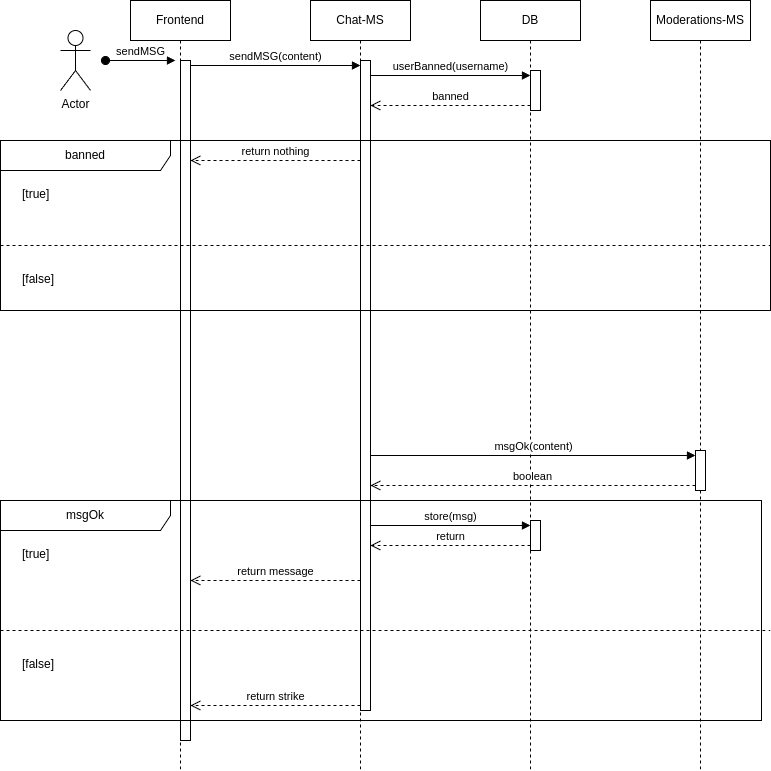
FabianSig/DHBW-T3INF4349-Verteilte-Systeme keeps this draw.io diagram as ausarbeitung/images/sequence_msg.png. Above is the earlier version. Source tidied: cells renumbered, new cells last; positions are measured from the earlier drawing's top-left corner, leaving out a move shared by most shapes.
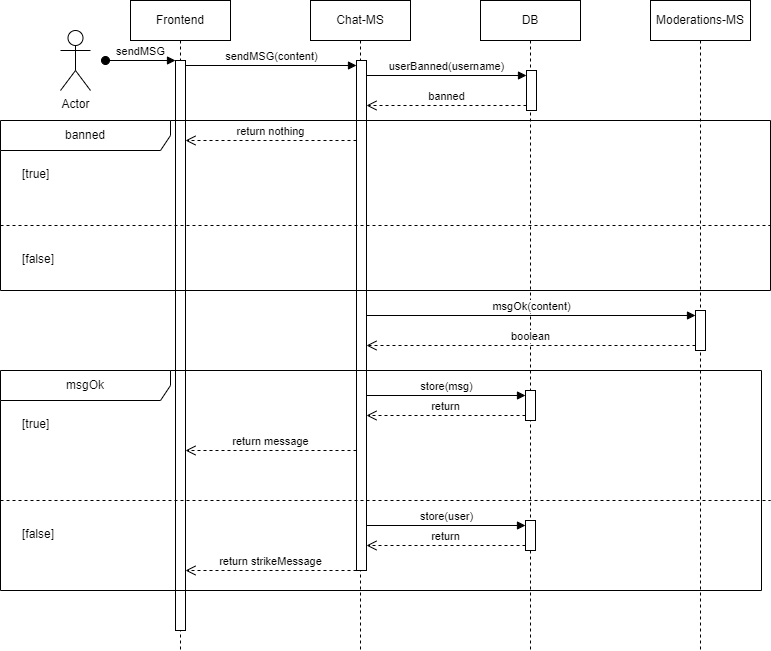
Later version of the same file.

Commit message:
fix: msg seq dia

Diff of the diagram source:
```diff
@@ -3,7 +3,7 @@
     <mxCell id="0" />
     <mxCell id="1" parent="0" />
     <mxCell id="2" value="Frontend" style="shape=umlLifeline;perimeter=lifelinePerimeter;whiteSpace=wrap;html=1;newEdgeStyle={&quot;curved&quot;:0,&quot;rounded&quot;:0};" parent="1" vertex="1">
-      <mxGeometry x="130" width="100" height="770" as="geometry" />
+      <mxGeometry x="130" width="100" height="650" as="geometry" />
     </mxCell>
     <mxCell id="3" value="sendMSG" style="html=1;verticalAlign=bottom;startArrow=oval;endArrow=block;startSize=8;curved=0;rounded=0;entryX=0;entryY=0;entryDx=0;entryDy=5;" parent="2" edge="1">
       <mxGeometry relative="1" as="geometry">
@@ -12,25 +12,25 @@
       </mxGeometry>
     </mxCell>
     <mxCell id="4" style="html=1;points=[[0,0,0,0,5],[0,1,0,0,-5],[1,0,0,0,5],[1,1,0,0,-5]];perimeter=orthogonalPerimeter;outlineConnect=0;targetShapes=umlLifeline;portConstraint=eastwest;newEdgeStyle={&quot;curved&quot;:0,&quot;rounded&quot;:0};" parent="2" vertex="1">
-      <mxGeometry x="50" y="60" width="10" height="680" as="geometry" />
+      <mxGeometry x="45" y="60" width="10" height="570" as="geometry" />
     </mxCell>
     <mxCell id="5" value="Chat-MS" style="shape=umlLifeline;perimeter=lifelinePerimeter;whiteSpace=wrap;html=1;newEdgeStyle={&quot;curved&quot;:0,&quot;rounded&quot;:0};" parent="1" vertex="1">
-      <mxGeometry x="310" width="100" height="770" as="geometry" />
+      <mxGeometry x="310" width="100" height="650" as="geometry" />
     </mxCell>
     <mxCell id="6" style="html=1;points=[[0,0,0,0,5],[0,1,0,0,-5],[1,0,0,0,5],[1,1,0,0,-5]];perimeter=orthogonalPerimeter;outlineConnect=0;targetShapes=umlLifeline;portConstraint=eastwest;newEdgeStyle={&quot;curved&quot;:0,&quot;rounded&quot;:0};" parent="5" vertex="1">
-      <mxGeometry x="50" y="60" width="10" height="650" as="geometry" />
+      <mxGeometry x="46" y="60" width="10" height="510" as="geometry" />
     </mxCell>
     <mxCell id="7" value="DB" style="shape=umlLifeline;perimeter=lifelinePerimeter;whiteSpace=wrap;html=1;newEdgeStyle={&quot;curved&quot;:0,&quot;rounded&quot;:0};" parent="1" vertex="1">
-      <mxGeometry x="480" width="100" height="770" as="geometry" />
+      <mxGeometry x="480" width="100" height="650" as="geometry" />
     </mxCell>
     <mxCell id="8" style="html=1;points=[[0,0,0,0,5],[0,1,0,0,-5],[1,0,0,0,5],[1,1,0,0,-5]];perimeter=orthogonalPerimeter;outlineConnect=0;targetShapes=umlLifeline;portConstraint=eastwest;newEdgeStyle={&quot;curved&quot;:0,&quot;rounded&quot;:0};" parent="7" vertex="1">
-      <mxGeometry x="50" y="70" width="10" height="40" as="geometry" />
+      <mxGeometry x="46" y="70" width="10" height="40" as="geometry" />
     </mxCell>
     <mxCell id="9" value="Moderations-MS" style="shape=umlLifeline;perimeter=lifelinePerimeter;whiteSpace=wrap;html=1;newEdgeStyle={&quot;curved&quot;:0,&quot;rounded&quot;:0};" parent="1" vertex="1">
-      <mxGeometry x="650" width="100" height="770" as="geometry" />
+      <mxGeometry x="650" width="100" height="650" as="geometry" />
     </mxCell>
     <mxCell id="10" style="html=1;points=[[0,0,0,0,5],[0,1,0,0,-5],[1,0,0,0,5],[1,1,0,0,-5]];perimeter=orthogonalPerimeter;outlineConnect=0;targetShapes=umlLifeline;portConstraint=eastwest;newEdgeStyle={&quot;curved&quot;:0,&quot;rounded&quot;:0};" parent="9" vertex="1">
-      <mxGeometry x="45" y="450" width="10" height="40" as="geometry" />
+      <mxGeometry x="45" y="310" width="10" height="40" as="geometry" />
     </mxCell>
     <mxCell id="11" value="Actor" style="shape=umlActor;verticalLabelPosition=bottom;verticalAlign=top;html=1;" parent="1" vertex="1">
       <mxGeometry x="60" y="30" width="30" height="60" as="geometry" />
@@ -38,21 +38,20 @@
     <mxCell id="12" value="sendMSG(content)" style="html=1;verticalAlign=bottom;endArrow=block;curved=0;rounded=0;entryX=0;entryY=0;entryDx=0;entryDy=5;exitX=1;exitY=0;exitDx=0;exitDy=5;exitPerimeter=0;" parent="1" edge="1" source="4" target="6">
       <mxGeometry relative="1" as="geometry" />
     </mxCell>
-    <mxCell id="13" value="return strike" style="html=1;verticalAlign=bottom;endArrow=open;dashed=1;endSize=8;curved=0;rounded=0;exitX=0;exitY=1;exitDx=0;exitDy=-5;" parent="1" edge="1" source="6" target="4">
-      <mxGeometry relative="1" as="geometry" />
+    <mxCell id="13" value="return strikeMessage" style="html=1;verticalAlign=bottom;endArrow=open;dashed=1;endSize=8;curved=0;rounded=0;" parent="1" edge="1">
+      <mxGeometry relative="1" as="geometry">
+        <mxPoint x="356" y="570" as="sourcePoint" />
+        <mxPoint x="185" y="570" as="targetPoint" />
+      </mxGeometry>
     </mxCell>
-    <mxCell id="14" value="msgOk(content)" style="html=1;verticalAlign=bottom;endArrow=block;curved=0;rounded=0;entryX=0;entryY=0;entryDx=0;entryDy=5;" parent="1" edge="1" target="10">
-      <mxGeometry relative="1" as="geometry">
-        <mxPoint x="370" y="455" as="sourcePoint" />
-      </mxGeometry>
+    <mxCell id="14" value="msgOk(content)" style="html=1;verticalAlign=bottom;endArrow=block;curved=0;rounded=0;entryX=0;entryY=0;entryDx=0;entryDy=5;" parent="1" edge="1" source="6" target="10">
+      <mxGeometry relative="1" as="geometry" />
     </mxCell>
-    <mxCell id="15" value="boolean" style="html=1;verticalAlign=bottom;endArrow=open;dashed=1;endSize=8;curved=0;rounded=0;exitX=0;exitY=1;exitDx=0;exitDy=-5;" parent="1" edge="1" source="10">
-      <mxGeometry relative="1" as="geometry">
-        <mxPoint x="370" y="485" as="targetPoint" />
-      </mxGeometry>
+    <mxCell id="15" value="boolean" style="html=1;verticalAlign=bottom;endArrow=open;dashed=1;endSize=8;curved=0;rounded=0;exitX=0;exitY=1;exitDx=0;exitDy=-5;" parent="1" edge="1" source="10" target="6">
+      <mxGeometry relative="1" as="geometry" />
     </mxCell>
     <mxCell id="16" value="msgOk" style="shape=umlFrame;whiteSpace=wrap;html=1;width=170;" parent="1" vertex="1">
-      <mxGeometry y="500" width="761" height="220" as="geometry" />
+      <mxGeometry y="370" width="761" height="220" as="geometry" />
     </mxCell>
     <mxCell id="17" value="[true]" style="text;html=1;" parent="16" vertex="1">
       <mxGeometry width="100" height="20" relative="1" as="geometry">
@@ -62,24 +61,37 @@
     <mxCell id="18" value="[false]" style="line;strokeWidth=1;dashed=1;labelPosition=center;verticalLabelPosition=bottom;align=left;verticalAlign=top;spacingLeft=20;spacingTop=15;html=1;whiteSpace=wrap;" parent="16" vertex="1">
       <mxGeometry y="125" width="770" height="10" as="geometry" />
     </mxCell>
+    <mxCell id="21" value="return message" style="html=1;verticalAlign=bottom;endArrow=open;dashed=1;endSize=8;curved=0;rounded=0;" parent="16" edge="1" target="4">
+      <mxGeometry relative="1" as="geometry">
+        <mxPoint x="356" y="80" as="sourcePoint" />
+      </mxGeometry>
+    </mxCell>
     <mxCell id="19" style="html=1;points=[[0,0,0,0,5],[0,1,0,0,-5],[1,0,0,0,5],[1,1,0,0,-5]];perimeter=orthogonalPerimeter;outlineConnect=0;targetShapes=umlLifeline;portConstraint=eastwest;newEdgeStyle={&quot;curved&quot;:0,&quot;rounded&quot;:0};" parent="16" vertex="1">
-      <mxGeometry x="530" y="20" width="10" height="30" as="geometry" />
+      <mxGeometry x="525" y="20" width="10" height="30" as="geometry" />
     </mxCell>
     <mxCell id="20" value="store(msg)" style="html=1;verticalAlign=bottom;endArrow=block;curved=0;rounded=0;entryX=0;entryY=0;entryDx=0;entryDy=5;" parent="16" edge="1" target="19">
       <mxGeometry relative="1" as="geometry">
-        <mxPoint x="370" y="25" as="sourcePoint" />
+        <mxPoint x="366" y="25" as="sourcePoint" />
       </mxGeometry>
     </mxCell>
-    <mxCell id="21" value="return message" style="html=1;verticalAlign=bottom;endArrow=open;dashed=1;endSize=8;curved=0;rounded=0;" parent="16" edge="1" target="4">
-      <mxGeometry relative="1" as="geometry">
-        <mxPoint x="360" y="80" as="sourcePoint" />
-      </mxGeometry>
-    </mxCell>
-    <mxCell id="22" value="return" style="html=1;verticalAlign=bottom;endArrow=open;dashed=1;endSize=8;curved=0;rounded=0;exitX=0;exitY=1;exitDx=0;exitDy=-5;" parent="1" edge="1" source="19">
+    <mxCell id="22" value="return" style="html=1;verticalAlign=bottom;endArrow=open;dashed=1;endSize=8;curved=0;rounded=0;exitX=0;exitY=1;exitDx=0;exitDy=-5;" parent="16" edge="1" source="19">
       <mxGeometry relative="1" as="geometry">
-        <mxPoint x="370" y="545" as="targetPoint" />
+        <mxPoint x="366" y="45" as="targetPoint" />
       </mxGeometry>
     </mxCell>
+    <mxCell id="29" style="html=1;points=[[0,0,0,0,5],[0,1,0,0,-5],[1,0,0,0,5],[1,1,0,0,-5]];perimeter=orthogonalPerimeter;outlineConnect=0;targetShapes=umlLifeline;portConstraint=eastwest;newEdgeStyle={&quot;curved&quot;:0,&quot;rounded&quot;:0};" parent="16" vertex="1">
+      <mxGeometry x="525" y="150" width="10" height="30" as="geometry" />
+    </mxCell>
+    <mxCell id="30" value="store(user)" style="html=1;verticalAlign=bottom;endArrow=block;curved=0;rounded=0;entryX=0;entryY=0;entryDx=0;entryDy=5;" parent="16" edge="1" target="29">
+      <mxGeometry relative="1" as="geometry">
+        <mxPoint x="366" y="155" as="sourcePoint" />
+      </mxGeometry>
+    </mxCell>
+    <mxCell id="31" value="return" style="html=1;verticalAlign=bottom;endArrow=open;dashed=1;endSize=8;curved=0;rounded=0;exitX=0;exitY=1;exitDx=0;exitDy=-5;" parent="16" edge="1" source="29">
+      <mxGeometry relative="1" as="geometry">
+        <mxPoint x="366" y="175" as="targetPoint" />
+      </mxGeometry>
+    </mxCell>
     <mxCell id="23" value="userBanned(username)" style="html=1;verticalAlign=bottom;endArrow=block;curved=0;rounded=0;entryX=0;entryY=0;entryDx=0;entryDy=5;" parent="1" edge="1" source="6" target="8">
       <mxGeometry relative="1" as="geometry" />
     </mxCell>
@@ -87,7 +99,7 @@
       <mxGeometry relative="1" as="geometry" />
     </mxCell>
     <mxCell id="25" value="banned" style="shape=umlFrame;whiteSpace=wrap;html=1;width=170;" parent="1" vertex="1">
-      <mxGeometry y="140" width="770" height="170" as="geometry" />
+      <mxGeometry y="120" width="770" height="170" as="geometry" />
     </mxCell>
     <mxCell id="26" value="[true]" style="text;html=1;" parent="25" vertex="1">
       <mxGeometry width="100" height="20" relative="1" as="geometry">
@@ -99,7 +111,7 @@
     </mxCell>
     <mxCell id="28" value="return nothing" style="html=1;verticalAlign=bottom;endArrow=open;dashed=1;endSize=8;curved=0;rounded=0;" parent="25" edge="1" target="4">
       <mxGeometry relative="1" as="geometry">
-        <mxPoint x="360" y="20" as="sourcePoint" />
+        <mxPoint x="356" y="20" as="sourcePoint" />
       </mxGeometry>
     </mxCell>
   </root>
```
